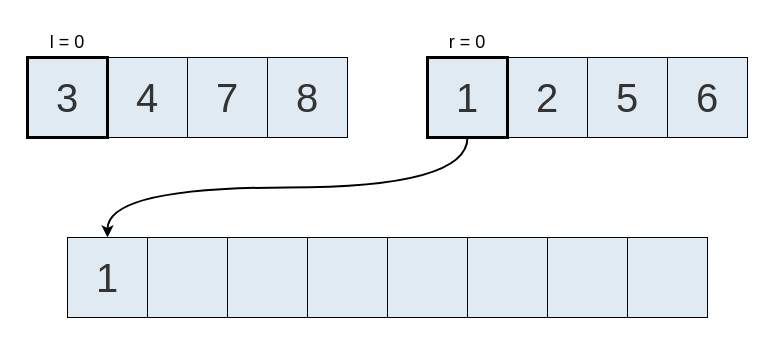
ee-unr/programacion-2 keeps this draw.io diagram as page "2" (3 of 14) of teoria/04_estructuras_y_algoritmos/imgs/03/merge_sort_fusion.drawio. Above is the earlier version. Source tidied: cells renumbered, new cells numbered last; positions are measured from the earlier drawing's top-left corner, leaving out a move shared by most shapes. Both pictures are drawn from the tidied source at 100%, with x=0, y=0 at pixel (17, 27).
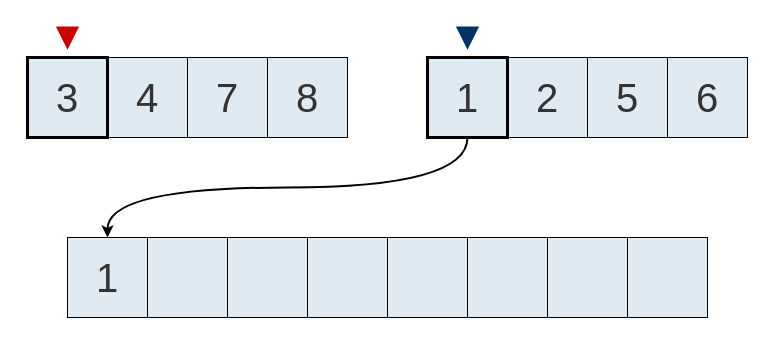
The same page after the edit.

Diff of the diagram source:
```diff
@@
+    <mxCell id="21" style="rounded=0;whiteSpace=wrap;html=1;fillColor=none;strokeColor=none;" parent="1" vertex="1">
+      <mxGeometry y="-10" width="740" height="310" as="geometry" />
+    </mxCell>
@@
-    <mxCell id="19" value="&lt;font style=&quot;font-size: 18px;&quot; face=&quot;Cascadia Code&quot;&gt;l = 0&lt;/font&gt;" style="text;html=1;align=center;verticalAlign=middle;whiteSpace=wrap;rounded=0;" parent="1" vertex="1">
-      <mxGeometry x="20" width="60" height="30" as="geometry" />
-    </mxCell>
-    <mxCell id="20" value="&lt;font style=&quot;font-size: 18px;&quot; face=&quot;Cascadia Code&quot;&gt;r = 0&lt;/font&gt;" style="text;html=1;align=center;verticalAlign=middle;whiteSpace=wrap;rounded=0;" parent="1" vertex="1">
-      <mxGeometry x="420" width="60" height="30" as="geometry" />
-    </mxCell>
-    <mxCell id="21" style="rounded=0;whiteSpace=wrap;html=1;fillColor=none;strokeColor=none;" parent="1" vertex="1">
-      <mxGeometry width="740" height="300" as="geometry" />
-    </mxCell>
+    <mxCell id="22" style="triangle;whiteSpace=wrap;html=1;rotation=90;fillColor=#003366;strokeColor=#003366;strokeWidth=2;" parent="1" vertex="1">
+      <mxGeometry x="440" width="20" height="20" as="geometry" />
+    </mxCell>
+    <mxCell id="23" style="triangle;whiteSpace=wrap;html=1;rotation=90;fillColor=#CC0000;strokeColor=#CC0000;strokeWidth=2;" parent="1" vertex="1">
+      <mxGeometry x="40" width="20" height="20" as="geometry" />
+    </mxCell>
```
